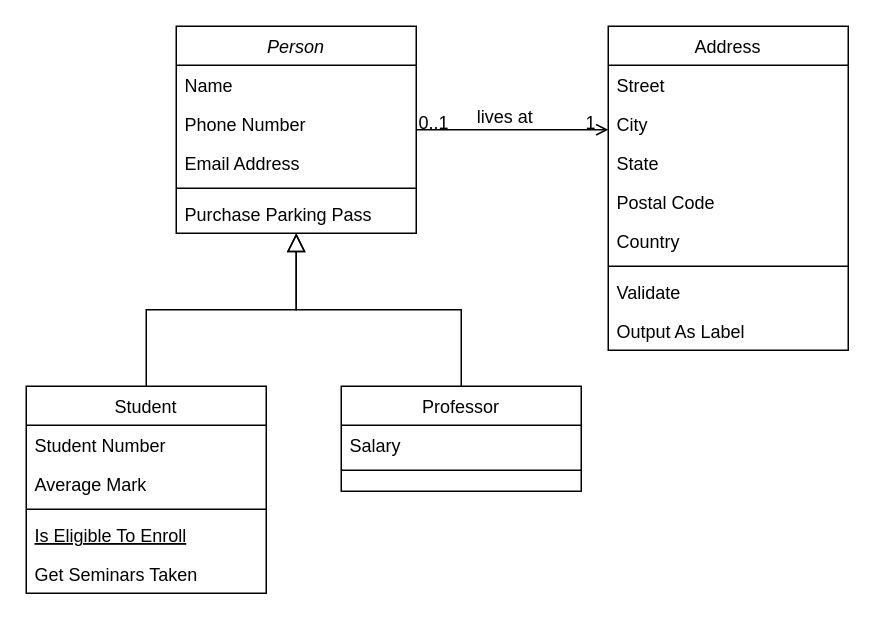
Before: Untitled Diagram.drawio in TobiasAltamirano/tables-manager, a draw.io diagram. Source tidied: cells renumbered, new cells numbered last; positions are measured from the earlier drawing's top-left corner, leaving out a move shared by most shapes. Both pictures are drawn from the tidied source at 150%, with x=0, y=0 at pixel (26, 26).
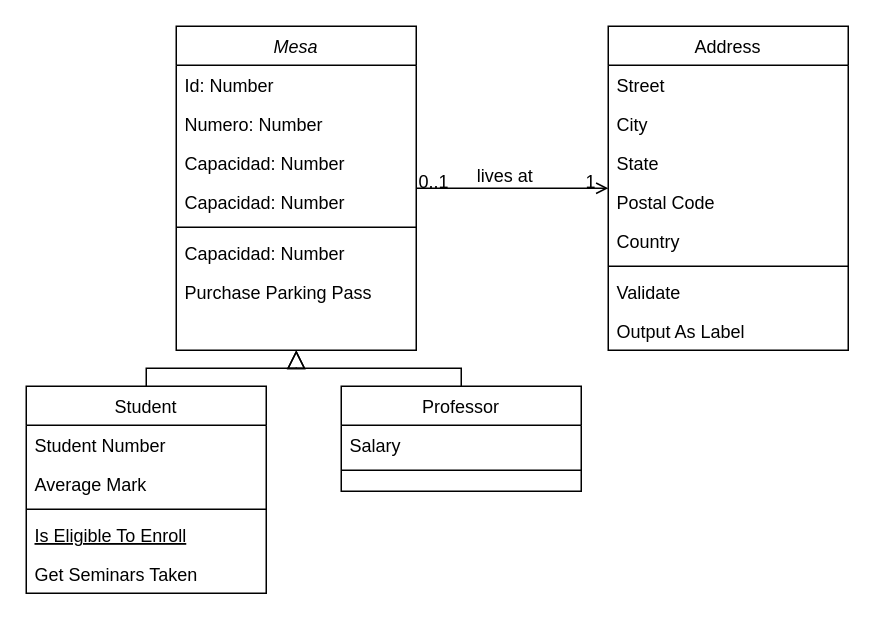
After the change.

The edit, as a diff of the source:
```diff
@@
-    <mxCell id="2" value="Person" style="swimlane;fontStyle=2;align=center;verticalAlign=top;horizontal=1;startSize=26;rounded=0;shadow=0;strokeWidth=1;" parent="1" vertex="1">
-      <mxGeometry x="100" width="160" height="138" as="geometry" />
+    <mxCell id="2" value="Mesa" style="swimlane;fontStyle=2;align=center;verticalAlign=top;horizontal=1;startSize=26;rounded=0;shadow=0;strokeWidth=1;" parent="1" vertex="1">
+      <mxGeometry x="100" width="160" height="216" as="geometry" />
     </mxCell>
-    <mxCell id="3" value="Name" style="text;align=left;verticalAlign=top;spacingLeft=4;spacingRight=4;overflow=hidden;" parent="2" vertex="1">
+    <mxCell id="3" value="Id: Number" style="text;align=left;verticalAlign=top;spacingLeft=4;spacingRight=4;overflow=hidden;" parent="2" vertex="1">
       <mxGeometry y="26" width="160" height="26" as="geometry" />
     </mxCell>
-    <mxCell id="4" value="Phone Number" style="text;align=left;verticalAlign=top;spacingLeft=4;spacingRight=4;overflow=hidden;rounded=0;shadow=0;html=0;" parent="2" vertex="1">
+    <mxCell id="4" value="Numero: Number" style="text;align=left;verticalAlign=top;spacingLeft=4;spacingRight=4;overflow=hidden;rounded=0;shadow=0;html=0;" parent="2" vertex="1">
       <mxGeometry y="52" width="160" height="26" as="geometry" />
     </mxCell>
-    <mxCell id="5" value="Email Address" style="text;align=left;verticalAlign=top;spacingLeft=4;spacingRight=4;overflow=hidden;rounded=0;shadow=0;html=0;" parent="2" vertex="1">
+    <mxCell id="5" value="Capacidad: Number&#10;" style="text;align=left;verticalAlign=top;spacingLeft=4;spacingRight=4;overflow=hidden;rounded=0;shadow=0;html=0;" parent="2" vertex="1">
       <mxGeometry y="78" width="160" height="26" as="geometry" />
     </mxCell>
+    <mxCell id="32" value="Capacidad: Number&#10;" style="text;align=left;verticalAlign=top;spacingLeft=4;spacingRight=4;overflow=hidden;rounded=0;shadow=0;html=0;" parent="2" vertex="1">
+      <mxGeometry y="104" width="160" height="26" as="geometry" />
+    </mxCell>
     <mxCell id="6" style="line;html=1;strokeWidth=1;align=left;verticalAlign=middle;spacingTop=-1;spacingLeft=3;spacingRight=3;labelPosition=right;" parent="2" vertex="1">
-      <mxGeometry y="104" width="160" height="8" as="geometry" />
+      <mxGeometry y="130" width="160" height="8" as="geometry" />
     </mxCell>
+    <mxCell id="33" value="Capacidad: Number&#10;" style="text;align=left;verticalAlign=top;spacingLeft=4;spacingRight=4;overflow=hidden;rounded=0;shadow=0;html=0;" parent="2" vertex="1">
+      <mxGeometry y="138" width="160" height="26" as="geometry" />
+    </mxCell>
     <mxCell id="7" value="Purchase Parking Pass" style="text;align=left;verticalAlign=top;spacingLeft=4;spacingRight=4;overflow=hidden;" parent="2" vertex="1">
-      <mxGeometry y="112" width="160" height="26" as="geometry" />
+      <mxGeometry y="164" width="160" height="26" as="geometry" />
     </mxCell>
```
